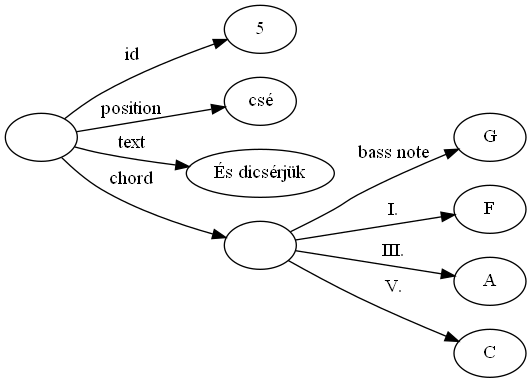
The Graphviz diagram szakdolgozat/images/img_src/rdf_graph_3.png in Ancsak01/szakdolgozat, before a commit. Its source is kept beside it as szakdolgozat/images/img_src/rdf_graph_3.dot.
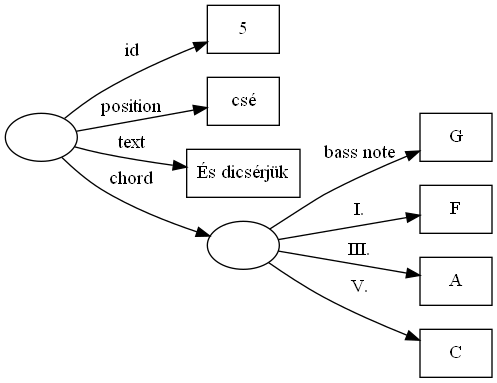
The same diagram one commit later.

The edit, as a diff of the source:
```diff
@@ -1,14 +1,14 @@
 digraph g {
     rankdir=LR
     Segment [label=""]
-    ID [label="5"]
-    Position [label="csé"]
-    Text [label="És dicsérjük"]
-    Bass_note [label="G"]
+    ID [label="5" shape="box"]
+    Position [label="csé" shape="box"]
+    Text [label="És dicsérjük" shape="box"]
+    Bass_note [label="G" shape="box"]
     Chord [label=""]
-    Deg1 [label="F"]
-    Deg3 [label="A"]
-    Deg5 [label="C"]
+    Deg1 [label="F" shape="box"]
+    Deg3 [label="A" shape="box"]
+    Deg5 [label="C" shape="box"]
     Segment -> ID [label="id"]
     Segment -> Position [label="position"]
     Segment -> Text [label="text"]
```
